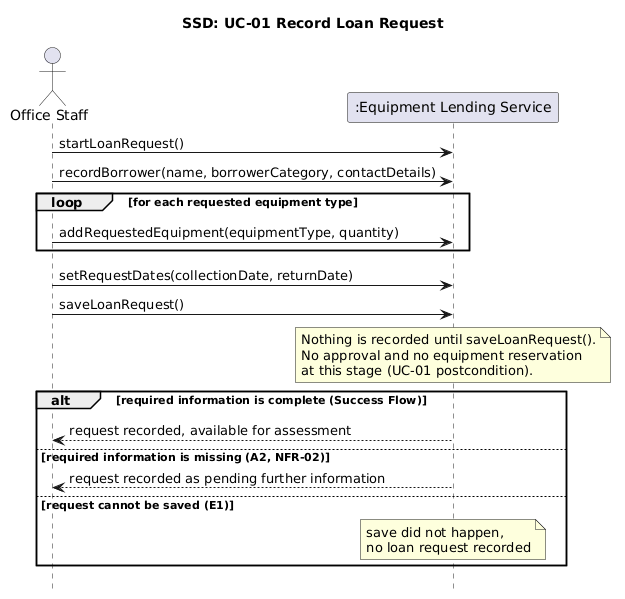
KaterynaKon/Community-Equipment keeps this PlantUML diagram as ca1-analysis/diagrams/ssd/png_version_ssd_uc1.png. Above is the earlier version. The source it was exported from:
```plantuml
@startuml
title SSD: UC-01 Record Loan Request
hide footbox
actor "Office Staff" as Staff
participant ":Equipment Lending Service" as System

Staff -> System : startLoanRequest()
Staff -> System : recordBorrower(name, borrowerCategory, contactDetails)

loop for each requested equipment type
  Staff -> System : addRequestedEquipment(equipmentType, quantity)
end

Staff -> System : setRequestDates(collectionDate, returnDate)
Staff -> System : saveLoanRequest()

note over System
  Nothing is recorded until saveLoanRequest().
  No approval and no equipment reservation
  at this stage (UC-01 postcondition).
end note

alt required information is complete (Success Flow)
  System --> Staff : request recorded, available for assessment
else required information is missing (A2, NFR-02)
  System --> Staff : request recorded as pending further information
else request cannot be saved (E1)
  note over System : save did not happen,\nno loan request recorded
end
@enduml
```
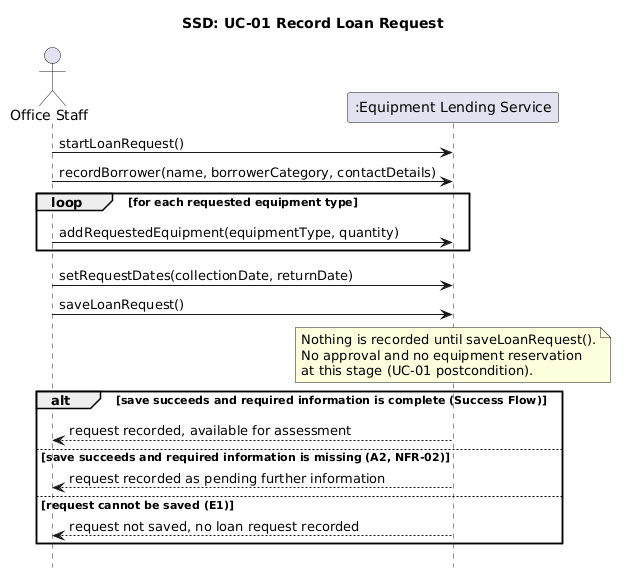
Later version of the same file.

Change to the diagram source:
```diff
@@ -20,11 +20,11 @@
   at this stage (UC-01 postcondition).
 end note
 
-alt required information is complete (Success Flow)
+alt save succeeds and required information is complete (Success Flow)
   System --> Staff : request recorded, available for assessment
-else required information is missing (A2, NFR-02)
+else save succeeds and required information is missing (A2, NFR-02)
   System --> Staff : request recorded as pending further information
 else request cannot be saved (E1)
-  note over System : save did not happen,\nno loan request recorded
+  System --> Staff : request not saved, no loan request recorded
 end
 @enduml
```
